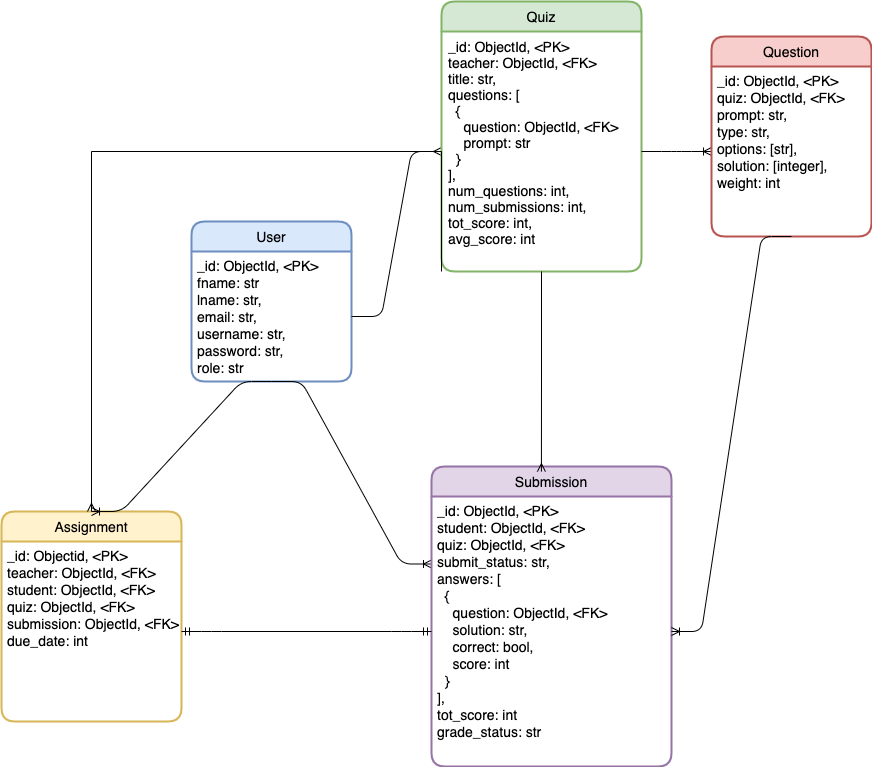
Above: Quiz-App.png in thisisharrison/quiz-app (draw.io), before the change. Source tidied: cells renumbered, new cells last; positions are measured from the earlier drawing's top-left corner, leaving out a move shared by most shapes.
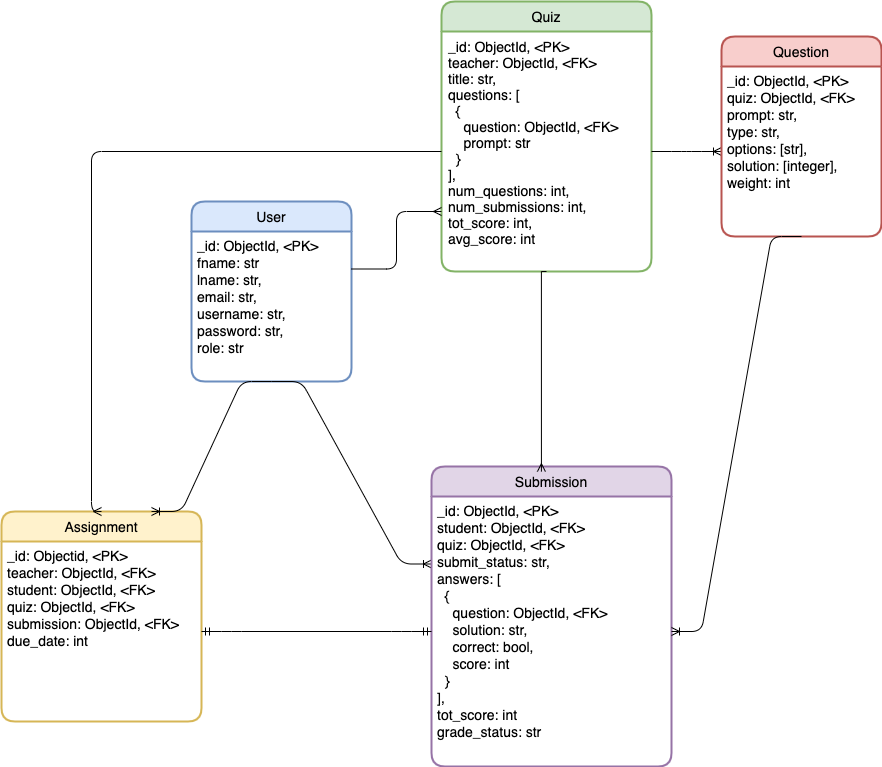
After the change.

What changed in the source:
```diff
@@ -3,25 +3,22 @@
     <mxCell id="0" />
     <mxCell id="1" parent="0" />
     <mxCell id="2" value="User" style="swimlane;horizontal=1;startSize=30;rounded=1;fontSize=14;fontStyle=0;strokeWidth=2;shadow=0;dashed=0;align=center;fillColor=#dae8fc;strokeColor=#6c8ebf;spacingBottom=0;" parent="1" vertex="1">
-      <mxGeometry x="190" y="220" width="160" height="160" as="geometry" />
+      <mxGeometry x="190" y="200" width="160" height="180" as="geometry" />
     </mxCell>
     <mxCell id="3" value="_id: ObjectId, &lt;PK&gt;&#10;fname: str&#10;lname: str,&#10;email: str,&#10;username: str,&#10;password: str,&#10;role: str" style="align=left;strokeColor=none;fillColor=none;spacingLeft=4;fontSize=14;verticalAlign=top;spacingBottom=0;" parent="2" vertex="1">
-      <mxGeometry y="30" width="160" height="130" as="geometry" />
+      <mxGeometry y="30" width="160" height="150" as="geometry" />
     </mxCell>
-    <mxCell id="4" style="edgeStyle=entityRelationEdgeStyle;fontSize=14;html=1;endArrow=ERmany;exitX=1;exitY=0.5;exitDx=0;exitDy=0;entryX=0;entryY=0.5;entryDx=0;entryDy=0;spacingBottom=0;" parent="1" edge="1" source="3" target="6">
-      <mxGeometry relative="1" as="geometry" />
-    </mxCell>
     <mxCell id="5" value="Quiz" style="swimlane;horizontal=1;startSize=30;rounded=1;fontSize=14;fontStyle=0;strokeWidth=2;shadow=0;dashed=0;align=center;fillColor=#d5e8d4;strokeColor=#82b366;spacingBottom=0;" parent="1" vertex="1">
-      <mxGeometry x="440" width="200" height="270" as="geometry" />
+      <mxGeometry x="440" width="210" height="270" as="geometry" />
     </mxCell>
     <mxCell id="6" value="_id: ObjectId, &amp;lt;PK&amp;gt;&amp;nbsp;&lt;br style=&quot;font-size: 14px&quot;&gt;teacher: ObjectId, &amp;lt;FK&amp;gt;&lt;br style=&quot;font-size: 14px&quot;&gt;title: str,&lt;br style=&quot;font-size: 14px&quot;&gt;questions: [&lt;br style=&quot;font-size: 14px&quot;&gt;&amp;nbsp; {&lt;br style=&quot;font-size: 14px&quot;&gt;&amp;nbsp; &amp;nbsp; question: ObjectId, &amp;lt;FK&amp;gt;&lt;br style=&quot;font-size: 14px&quot;&gt;&amp;nbsp; &amp;nbsp; prompt: str&lt;br style=&quot;font-size: 14px&quot;&gt;&amp;nbsp; }&lt;br style=&quot;font-size: 14px&quot;&gt;],&lt;br style=&quot;font-size: 14px&quot;&gt;num_questions: int,&lt;br style=&quot;font-size: 14px&quot;&gt;num_submissions: int,&lt;br style=&quot;font-size: 14px&quot;&gt;tot_score: int,&lt;br style=&quot;font-size: 14px&quot;&gt;avg_score: int" style="align=left;strokeColor=none;fillColor=none;spacingLeft=4;fontSize=14;verticalAlign=top;spacing=3;html=1;spacingBottom=0;" parent="5" vertex="1">
-      <mxGeometry y="30" width="200" height="240" as="geometry" />
+      <mxGeometry y="30" width="210" height="240" as="geometry" />
     </mxCell>
     <mxCell id="7" style="edgeStyle=entityRelationEdgeStyle;fontSize=14;html=1;endArrow=ERoneToMany;fontFamily=Helvetica;exitX=1;exitY=0.5;exitDx=0;exitDy=0;entryX=0;entryY=0.5;entryDx=0;entryDy=0;spacingBottom=0;" parent="1" edge="1" source="6" target="9">
       <mxGeometry relative="1" as="geometry" />
     </mxCell>
     <mxCell id="8" value="Question" style="swimlane;horizontal=1;startSize=30;rounded=1;fontSize=14;fontStyle=0;strokeWidth=2;shadow=0;dashed=0;align=center;fontFamily=Helvetica;fillColor=#f8cecc;strokeColor=#b85450;spacingBottom=0;" parent="1" vertex="1">
-      <mxGeometry x="710" y="35" width="160" height="200" as="geometry" />
+      <mxGeometry x="720" y="35" width="160" height="200" as="geometry" />
     </mxCell>
     <mxCell id="9" value="_id: ObjectId, &lt;PK&gt;&#10;quiz: ObjectId, &lt;FK&gt;&#10;prompt: str,&#10;type: str,&#10;options: [str],&#10;solution: [integer],&#10;weight: int" style="align=left;strokeColor=none;fillColor=none;spacingLeft=4;fontSize=14;verticalAlign=top;spacingBottom=0;" parent="8" vertex="1">
       <mxGeometry y="30" width="160" height="170" as="geometry" />
@@ -39,27 +36,34 @@
       <mxGeometry relative="1" as="geometry" />
     </mxCell>
     <mxCell id="14" value="Assignment" style="swimlane;horizontal=1;startSize=30;rounded=1;fontSize=14;fontStyle=0;strokeWidth=2;shadow=0;dashed=0;align=center;fillColor=#fff2cc;strokeColor=#d6b656;spacingBottom=0;" parent="1" vertex="1">
-      <mxGeometry y="510" width="180" height="210" as="geometry" />
+      <mxGeometry y="510" width="200" height="210" as="geometry" />
     </mxCell>
     <mxCell id="15" value="_id: Objectid, &lt;PK&gt;&#10;teacher: ObjectId, &lt;FK&gt;&#10;student: ObjectId, &lt;FK&gt;&#10;quiz: ObjectId, &lt;FK&gt;&#10;submission: ObjectId, &lt;FK&gt;&#10;due_date: int" style="align=left;strokeColor=none;fillColor=none;spacingLeft=4;fontSize=14;verticalAlign=top;spacingBottom=0;" parent="14" vertex="1">
-      <mxGeometry y="30" width="180" height="180" as="geometry" />
+      <mxGeometry y="30" width="200" height="180" as="geometry" />
     </mxCell>
-    <mxCell id="16" style="edgeStyle=entityRelationEdgeStyle;fontSize=12;html=1;endArrow=ERoneToMany;fontColor=#000000;entryX=0.5;entryY=0;entryDx=0;entryDy=0;exitX=0.5;exitY=1;exitDx=0;exitDy=0;" parent="1" edge="1" source="3" target="14">
+    <mxCell id="16" style="edgeStyle=entityRelationEdgeStyle;fontSize=12;html=1;endArrow=ERoneToMany;fontColor=#000000;entryX=0.75;entryY=0;entryDx=0;entryDy=0;exitX=0.5;exitY=1;exitDx=0;exitDy=0;" parent="1" edge="1" source="3" target="14">
       <mxGeometry relative="1" as="geometry" />
     </mxCell>
     <mxCell id="17" style="edgeStyle=entityRelationEdgeStyle;fontSize=12;html=1;endArrow=ERmandOne;startArrow=ERmandOne;fontColor=#000000;exitX=1;exitY=0.5;exitDx=0;exitDy=0;entryX=0;entryY=0.5;entryDx=0;entryDy=0;" parent="1" edge="1" source="15" target="12">
       <mxGeometry relative="1" as="geometry" />
     </mxCell>
     <mxCell id="18" style="edgeStyle=orthogonalEdgeStyle;rounded=0;jumpSize=6;jettySize=auto;html=1;exitX=0.5;exitY=1;exitDx=0;exitDy=0;entryX=0.458;entryY=0.017;entryDx=0;entryDy=0;entryPerimeter=0;fontSize=14;fontColor=#000000;endArrow=ERmany;endFill=0;" parent="1" edge="1" source="6" target="11">
-      <mxGeometry relative="1" as="geometry" />
+      <mxGeometry relative="1" as="geometry">
+        <Array as="points">
+          <mxPoint x="540" y="270" />
+        </Array>
+      </mxGeometry>
     </mxCell>
-    <mxCell id="19" style="edgeStyle=orthogonalEdgeStyle;rounded=0;jumpSize=6;jettySize=auto;html=1;exitX=0;exitY=1;exitDx=0;exitDy=0;fontSize=14;fontColor=#000000;endArrow=ERmany;endFill=0;entryX=0.5;entryY=0;entryDx=0;entryDy=0;" parent="1" edge="1" source="6" target="14">
+    <mxCell id="19" style="edgeStyle=orthogonalEdgeStyle;rounded=1;jumpSize=6;jettySize=auto;html=1;exitX=0;exitY=0.5;exitDx=0;exitDy=0;fontSize=14;fontColor=#000000;endArrow=ERmany;endFill=0;entryX=0.5;entryY=0;entryDx=0;entryDy=0;" parent="1" edge="1" source="6" target="14">
       <mxGeometry relative="1" as="geometry">
         <Array as="points">
-          <mxPoint x="440" y="150" />
           <mxPoint x="90" y="150" />
+          <mxPoint x="90" y="510" />
         </Array>
       </mxGeometry>
     </mxCell>
+    <mxCell id="4" style="edgeStyle=orthogonalEdgeStyle;rounded=1;jumpSize=6;jettySize=auto;html=1;exitX=1;exitY=0.25;exitDx=0;exitDy=0;entryX=0;entryY=0.75;entryDx=0;entryDy=0;fontSize=14;fontColor=#000000;endArrow=ERmany;endFill=0;" parent="1" edge="1" source="3" target="6">
+      <mxGeometry relative="1" as="geometry" />
+    </mxCell>
   </root>
 </mxGraphModel>
```
